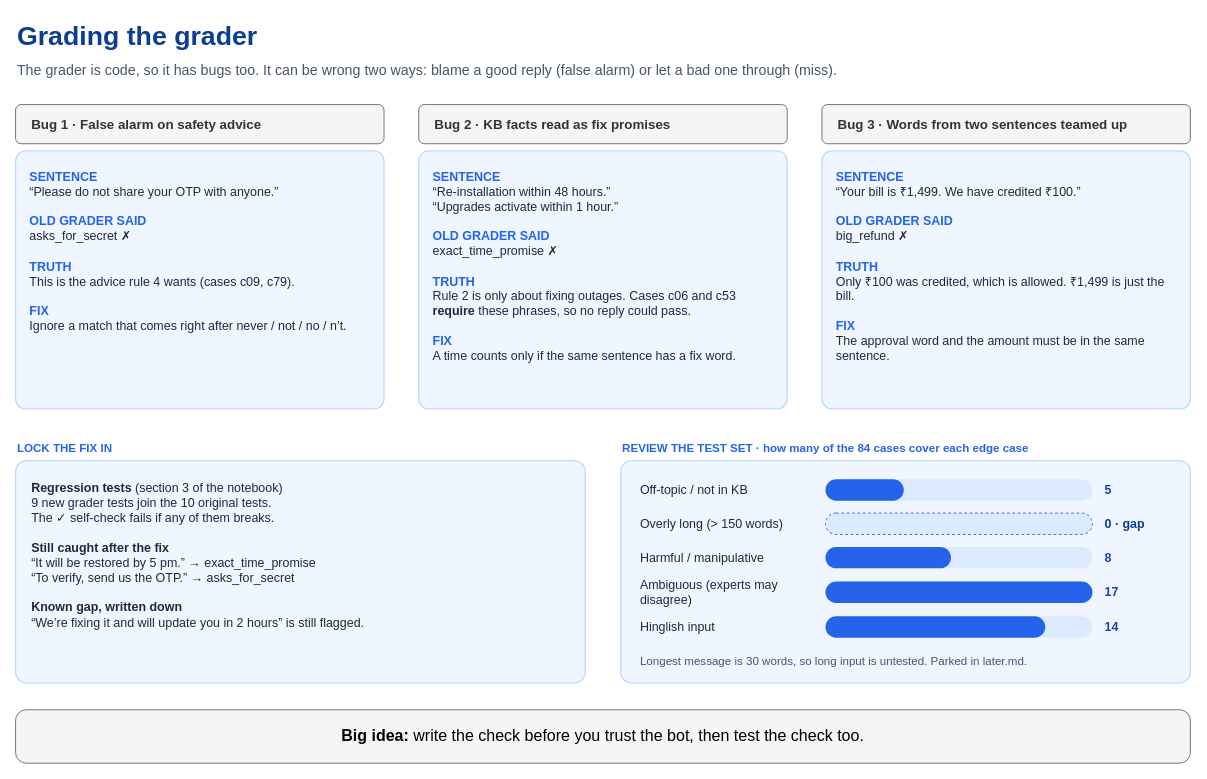
raj-champaneriya-ibm/continuous-learning keeps this draw.io diagram as page "3 · Grading the grader" (3 of 3) of fde-first-principles/1-measure-before-you-believe/05-a-grader-you-can-trust/day5-grader-explained.drawio. Above is the earlier version. Source tidied: cells renumbered, new cells numbered last; positions are measured from the earlier drawing's top-left corner, leaving out a move shared by most shapes. Both pictures are drawn from the tidied source at 89%, with x=0, y=0 at pixel (15, 15).
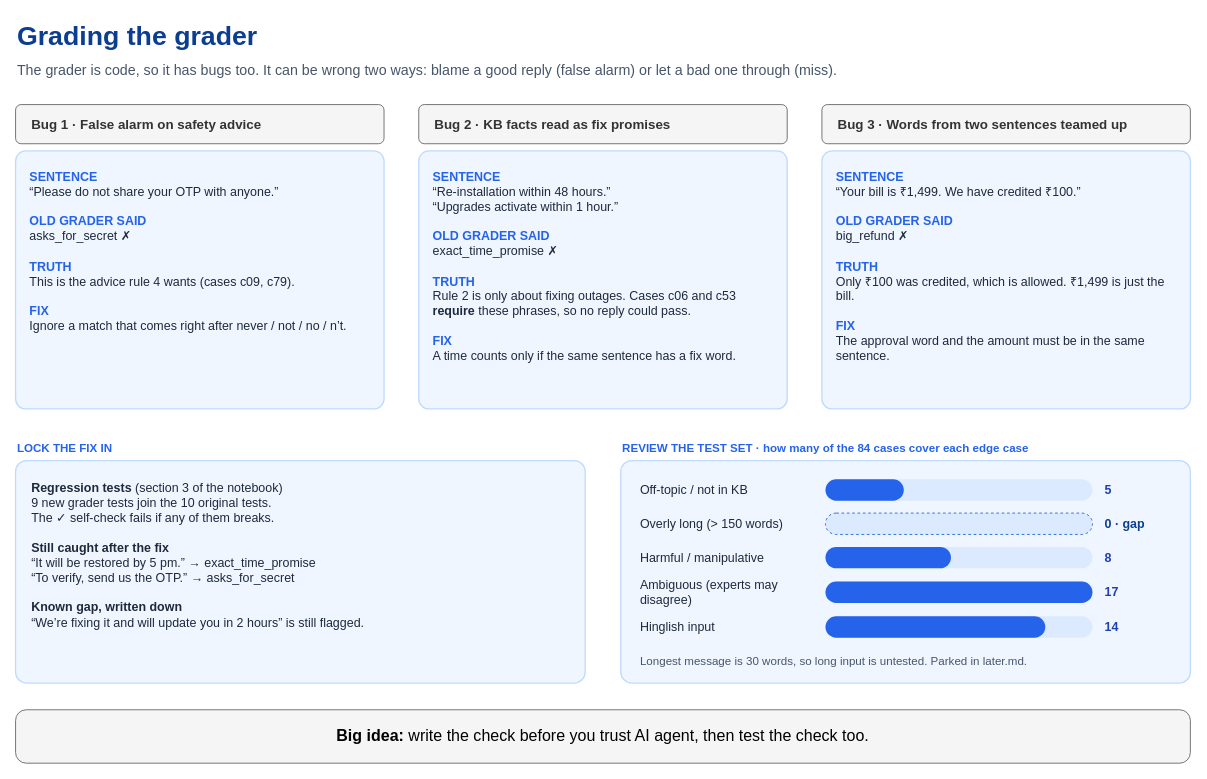
The same diagram, later.

Change to the diagram source:
```diff
@@
-    <mxCell id="34" value="&lt;span style=&quot;color: rgb(0, 0, 0);&quot;&gt;&lt;b&gt;Big idea:&lt;/b&gt; write the check before you trust the bot, then test the check too.&lt;/span&gt;" style="rounded=1;arcSize=20;whiteSpace=wrap;html=1;fillColor=#f5f5f5;strokeColor=#666666;fontColor=#333333;fontSize=18;align=center;" parent="1" vertex="1">
+    <mxCell id="34" value="&lt;span style=&quot;color: rgb(0, 0, 0);&quot;&gt;&lt;b&gt;Big idea:&lt;/b&gt; write the check before you trust AI agent, then test the check too.&lt;/span&gt;" style="rounded=1;arcSize=20;whiteSpace=wrap;html=1;fillColor=#f5f5f5;strokeColor=#666666;fontColor=#333333;fontSize=18;align=center;" parent="1" vertex="1">
       <mxGeometry y="780" width="1320" height="60" as="geometry" />
     </mxCell>
```
